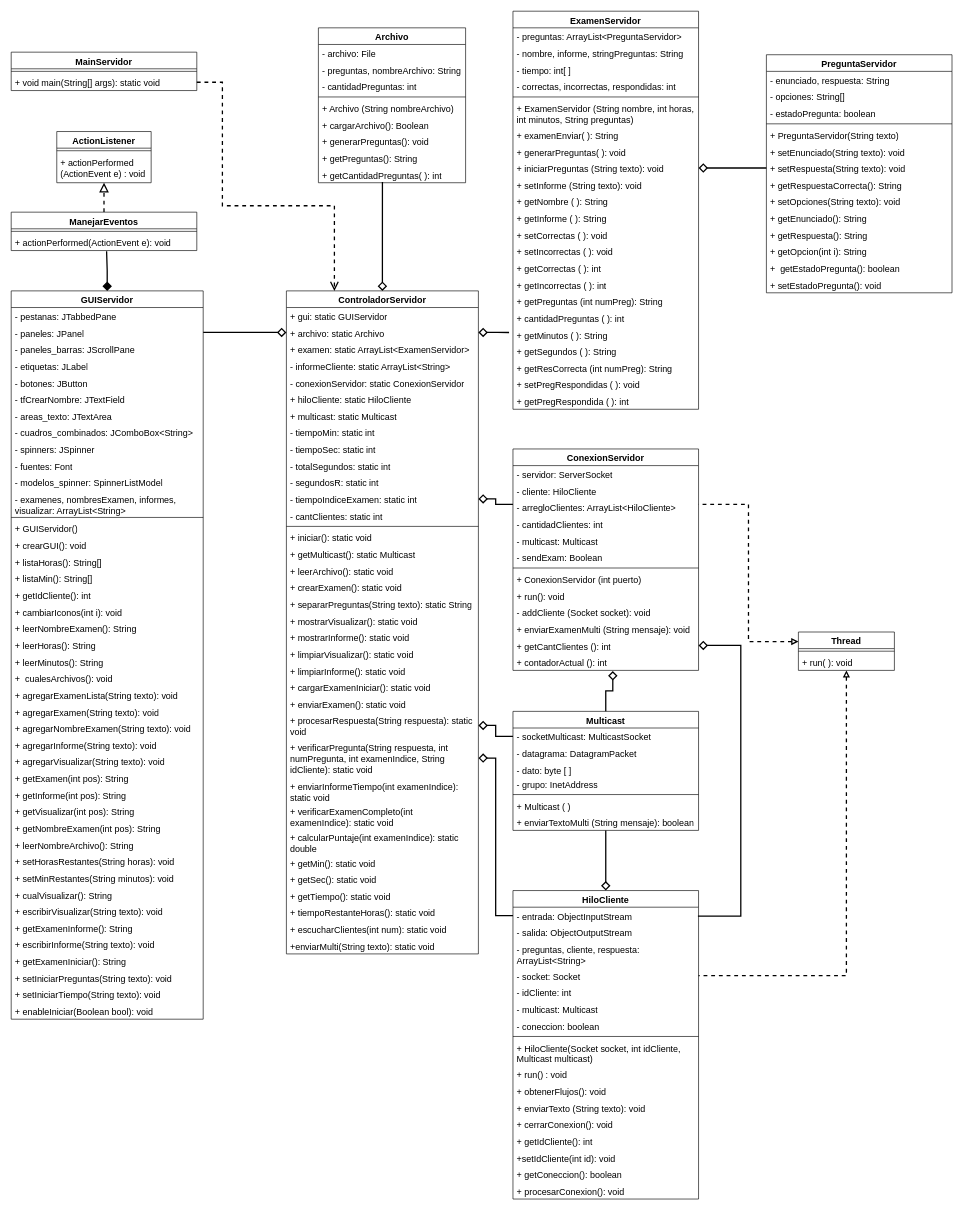
Earlier version of the draw.io diagram Dragrama de Clases.drawio (AngieJoya99/Miniproyecto3Eventos). Source tidied: cells renumbered, new cells numbered last; positions are measured from the earlier drawing's top-left corner, leaving out a move shared by most shapes. Both pictures are drawn from the tidied source at 64%, with x=0, y=0 at pixel (11, 11).
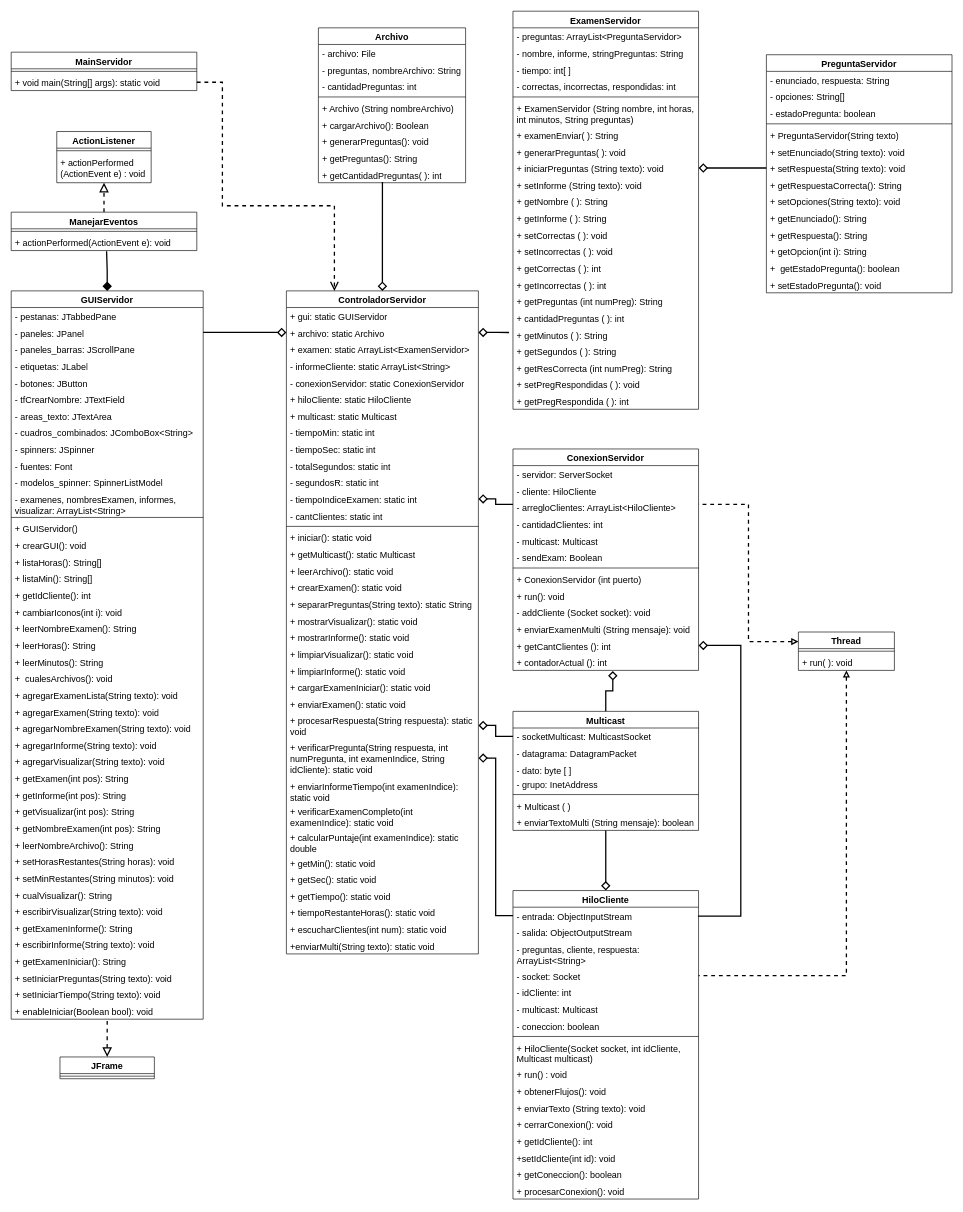
Above is the later version.

The change refers to these unchanged cells:
```xml
<mxCell id="143" value="GUIServidor" style="swimlane;fontStyle=1;align=center;verticalAlign=top;horizontal=1;startSize=26;whiteSpace=wrap;html=1;fontSize=14;" parent="1" vertex="1">
  <mxGeometry y="437" width="300" height="1138" as="geometry" />
</mxCell>
```

What changed in the source:
```diff
@@
+    <mxCell id="199" style="edgeStyle=orthogonalEdgeStyle;rounded=0;jettySize=auto;html=1;exitX=0.5;exitY=0;exitDx=0;exitDy=0;entryX=0.5;entryY=1;entryDx=0;entryDy=0;endSize=10;strokeWidth=2;endArrow=none;endFill=0;startArrow=block;startFill=0;startSize=10;dashed=1;" parent="1" edge="1" source="200" target="143">
+      <mxGeometry relative="1" as="geometry" />
+    </mxCell>
+    <mxCell id="200" value="JFrame " style="swimlane;fontStyle=1;align=center;verticalAlign=top;horizontal=1;startSize=26;whiteSpace=wrap;html=1;fontSize=14;" parent="1" vertex="1">
+      <mxGeometry x="76.2" y="1634" width="147.5" height="34" as="geometry" />
+    </mxCell>
+    <mxCell id="201" style="line;strokeWidth=1;fillColor=none;align=left;verticalAlign=middle;spacingTop=-1;spacingLeft=3;spacingRight=3;labelPosition=right;strokeColor=inherit;fontSize=14;" parent="200" vertex="1">
+      <mxGeometry y="26" width="147.5" height="8" as="geometry" />
+    </mxCell>
```
